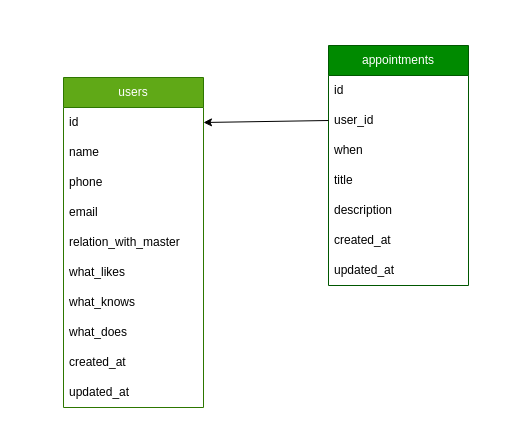
This is diagrams/db.drawio from DouglasVolcato/whatsapp-automation-appointment-agent, a draw.io file, before an edit. Source tidied: cells renumbered, new cells numbered last; positions are measured from the earlier drawing's top-left corner, leaving out a move shared by most shapes. Both pictures are drawn from the tidied source at 100%, with x=0, y=0 at pixel (63, 45).
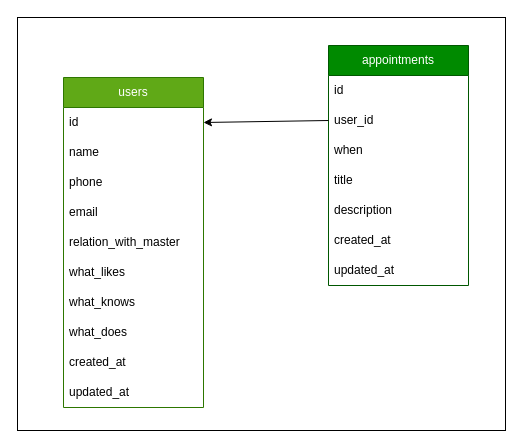
Above is the later version.

Commit message (it also covers changes not shown here):
chore: implement diagrams

Diff of the diagram source:
```diff
@@
+    <mxCell id="22" style="rounded=0;whiteSpace=wrap;html=1;" parent="1" vertex="1">
+      <mxGeometry x="-46" y="-28" width="488" height="413" as="geometry" />
+    </mxCell>
```
